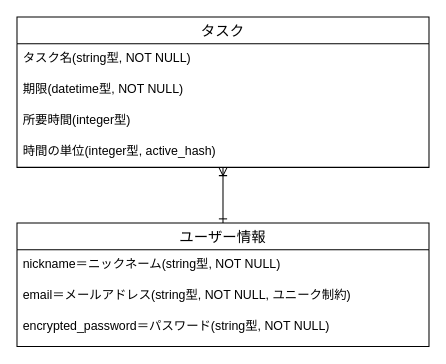
This is tasks-ERdiagram.dio from Nannaan/tasks, a draw.io file, before an edit. Source tidied: cells renumbered, new cells numbered last; positions are measured from the earlier drawing's top-left corner, leaving out a move shared by most shapes. Both pictures are drawn from the tidied source at 103%, with x=0, y=0 at pixel (16, 16).
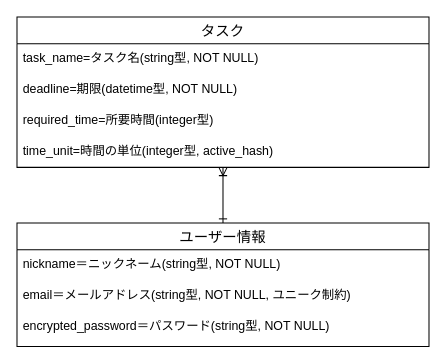
Above is the later version.

Diff of the diagram source:
```diff
@@
 <mxGraphModel>
   <root>
     <mxCell id="0" />
     <mxCell id="1" parent="0" />
     <mxCell id="2" style="html=1;exitX=0.5;exitY=0;exitDx=0;exitDy=0;entryX=0.5;entryY=1;entryDx=0;entryDy=0;startArrow=ERone;startFill=0;endArrow=ERoneToMany;endFill=0;" parent="1" edge="1" source="3" target="7">
       <mxGeometry relative="1" as="geometry" />
     </mxCell>
     <mxCell id="3" value="ユーザー情報" style="swimlane;fontStyle=0;horizontal=1;startSize=26;align=center;fontSize=14;spacing=2;labelBackgroundColor=none;" parent="1" vertex="1">
       <mxGeometry y="200" width="400" height="120" as="geometry" />
     </mxCell>
     <mxCell id="4" value="nickname＝ニックネーム(string型, NOT NULL)" style="text;strokeColor=none;fillColor=none;spacingLeft=4;spacingRight=4;overflow=hidden;fontSize=12;" parent="3" vertex="1">
       <mxGeometry y="26" width="400" height="30" as="geometry" />
     </mxCell>
     <mxCell id="5" value="email＝メールアドレス(string型, NOT NULL, ユニーク制約)" style="text;strokeColor=none;fillColor=none;spacingLeft=4;spacingRight=4;overflow=hidden;fontSize=12;" parent="3" vertex="1">
       <mxGeometry y="56" width="400" height="30" as="geometry" />
     </mxCell>
     <mxCell id="6" value="encrypted_password＝パスワード(string型, NOT NULL)" style="text;strokeColor=none;fillColor=none;spacingLeft=4;spacingRight=4;overflow=hidden;fontSize=12;" parent="3" vertex="1">
       <mxGeometry y="86" width="400" height="34" as="geometry" />
     </mxCell>
     <mxCell id="7" value="タスク" style="swimlane;fontStyle=0;horizontal=1;startSize=26;align=center;fontSize=14;" parent="1" vertex="1">
       <mxGeometry width="400" height="146" as="geometry" />
     </mxCell>
-    <mxCell id="8" value="タスク名(string型, NOT NULL)" style="text;strokeColor=none;fillColor=none;spacingLeft=4;spacingRight=4;overflow=hidden;fontSize=12;" parent="7" vertex="1">
+    <mxCell id="8" value="task_name=タスク名(string型, NOT NULL)" style="text;strokeColor=none;fillColor=none;spacingLeft=4;spacingRight=4;overflow=hidden;fontSize=12;" parent="7" vertex="1">
       <mxGeometry y="26" width="400" height="30" as="geometry" />
     </mxCell>
-    <mxCell id="9" value="期限(datetime型, NOT NULL)" style="text;strokeColor=none;fillColor=none;spacingLeft=4;spacingRight=4;overflow=hidden;fontSize=12;" parent="7" vertex="1">
+    <mxCell id="9" value="deadline=期限(datetime型, NOT NULL)" style="text;strokeColor=none;fillColor=none;spacingLeft=4;spacingRight=4;overflow=hidden;fontSize=12;" parent="7" vertex="1">
       <mxGeometry y="56" width="400" height="30" as="geometry" />
     </mxCell>
-    <mxCell id="10" value="所要時間(integer型)" style="text;strokeColor=none;fillColor=none;spacingLeft=4;spacingRight=4;overflow=hidden;fontSize=12;" parent="7" vertex="1">
+    <mxCell id="10" value="required_time=所要時間(integer型)" style="text;strokeColor=none;fillColor=none;spacingLeft=4;spacingRight=4;overflow=hidden;fontSize=12;" parent="7" vertex="1">
       <mxGeometry y="86" width="400" height="30" as="geometry" />
     </mxCell>
-    <mxCell id="11" value="時間の単位(integer型, active_hash)" style="text;strokeColor=none;fillColor=none;spacingLeft=4;spacingRight=4;overflow=hidden;fontSize=12;" parent="7" vertex="1">
+    <mxCell id="11" value="time_unit=時間の単位(integer型, active_hash)" style="text;strokeColor=none;fillColor=none;spacingLeft=4;spacingRight=4;overflow=hidden;fontSize=12;" parent="7" vertex="1">
       <mxGeometry y="116" width="400" height="30" as="geometry" />
     </mxCell>
   </root>
 </mxGraphModel>
```
